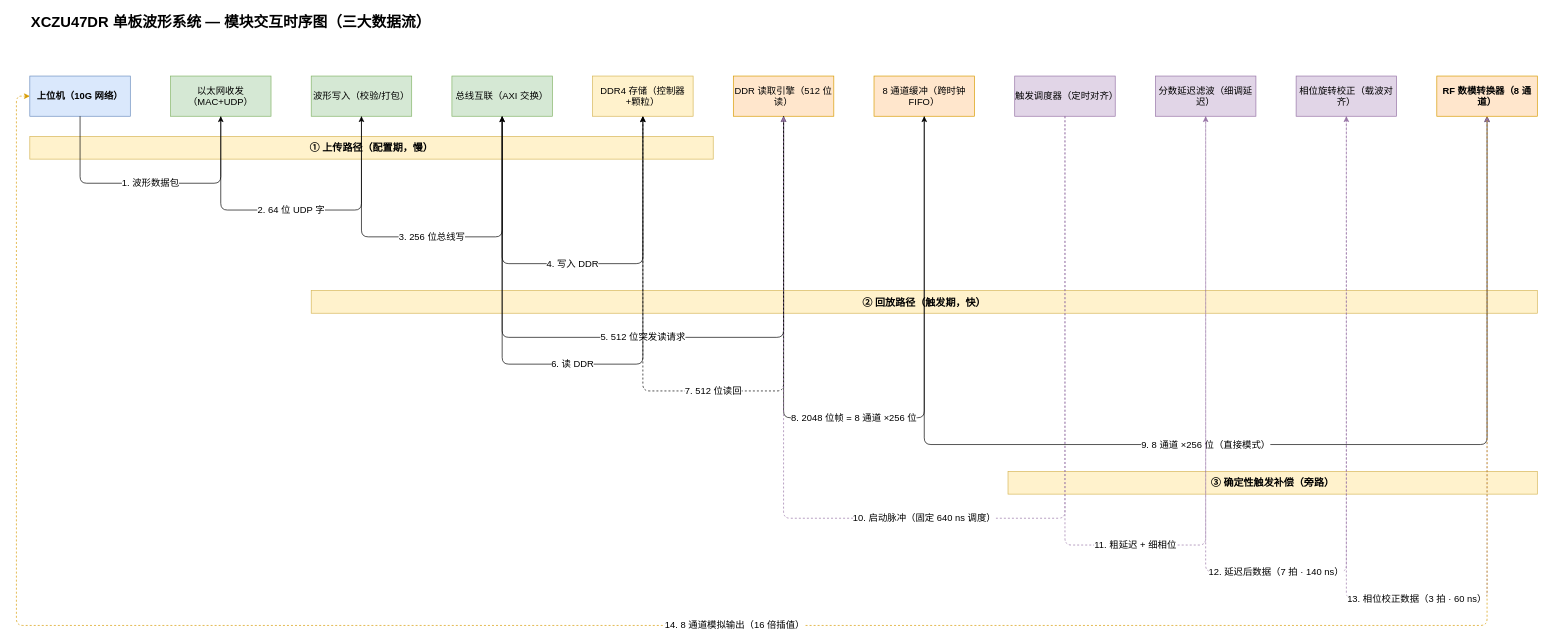
Above: docs/diagrams/03_模块交互图.drawio in Ayahmu/xczu47dr-rfdc (draw.io), before the change. Source tidied: cells renumbered, new cells numbered last; positions are measured from the earlier drawing's top-left corner, leaving out a move shared by most shapes. Both pictures are drawn from the tidied source at 67%, with x=0, y=0 at pixel (16, 11).
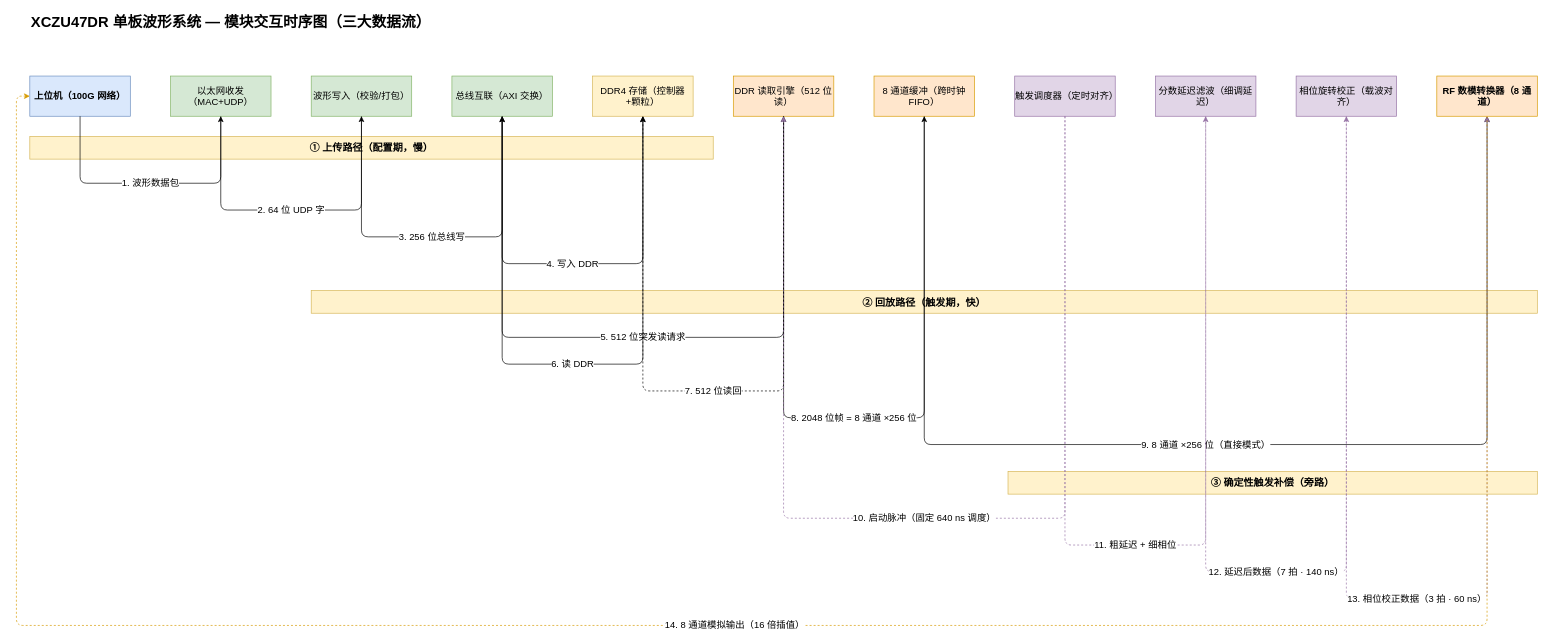
The same diagram, later.

What changed in the source:
```diff
@@
-    <mxCell id="3" value="上位机（10G 网络）" style="whiteSpace=wrap;html=1;fillColor=#DAE8FC;strokeColor=#6C8EBF;fontSize=14;fontStyle=1;" parent="1" vertex="1">
+    <mxCell id="3" value="上位机（100G 网络）" style="whiteSpace=wrap;html=1;fillColor=#DAE8FC;strokeColor=#6C8EBF;fontSize=14;fontStyle=1;" parent="1" vertex="1">
       <mxGeometry x="20" y="96" width="150" height="60" as="geometry" />
     </mxCell>
```
